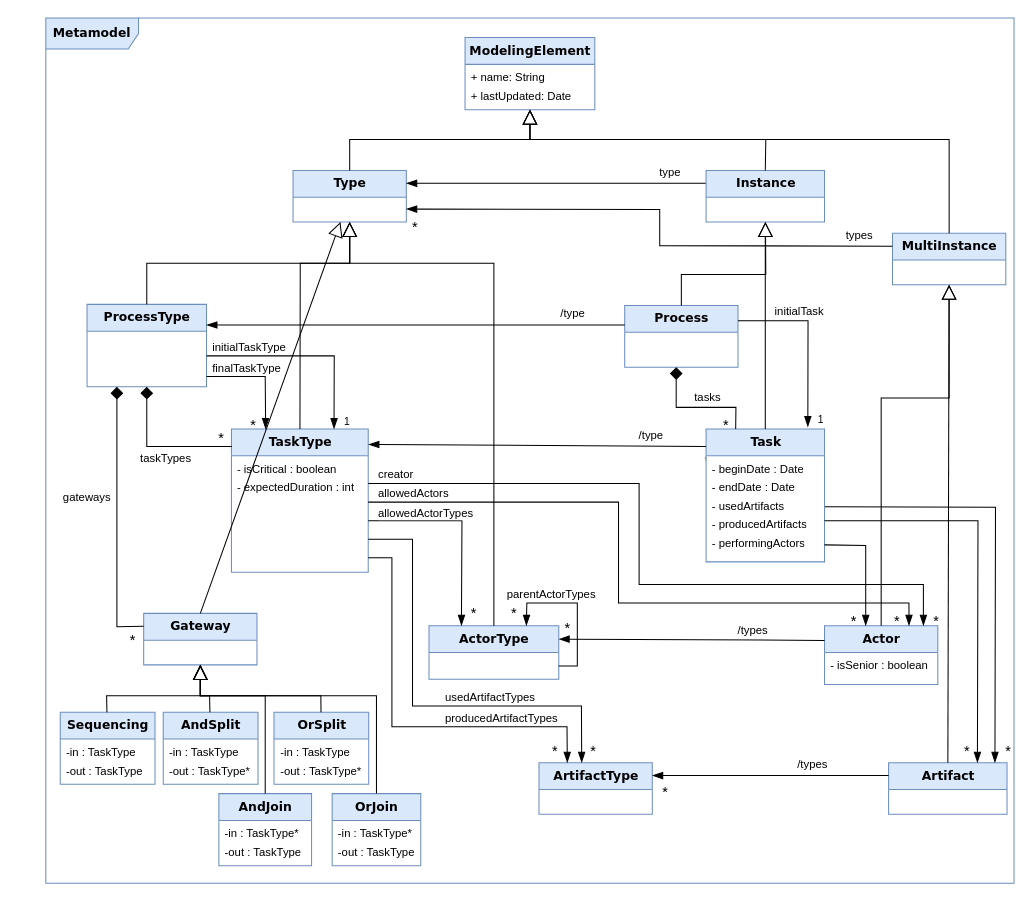
Earlier version of the draw.io diagram Figures/Metamodel.drawio (labsticc-p4s/multi-process-challenge). Source tidied: cells renumbered, new cells numbered last; positions are measured from the earlier drawing's top-left corner, leaving out a move shared by most shapes. Both pictures are drawn from the tidied source at 103%, with x=0, y=0 at pixel (45, 18).
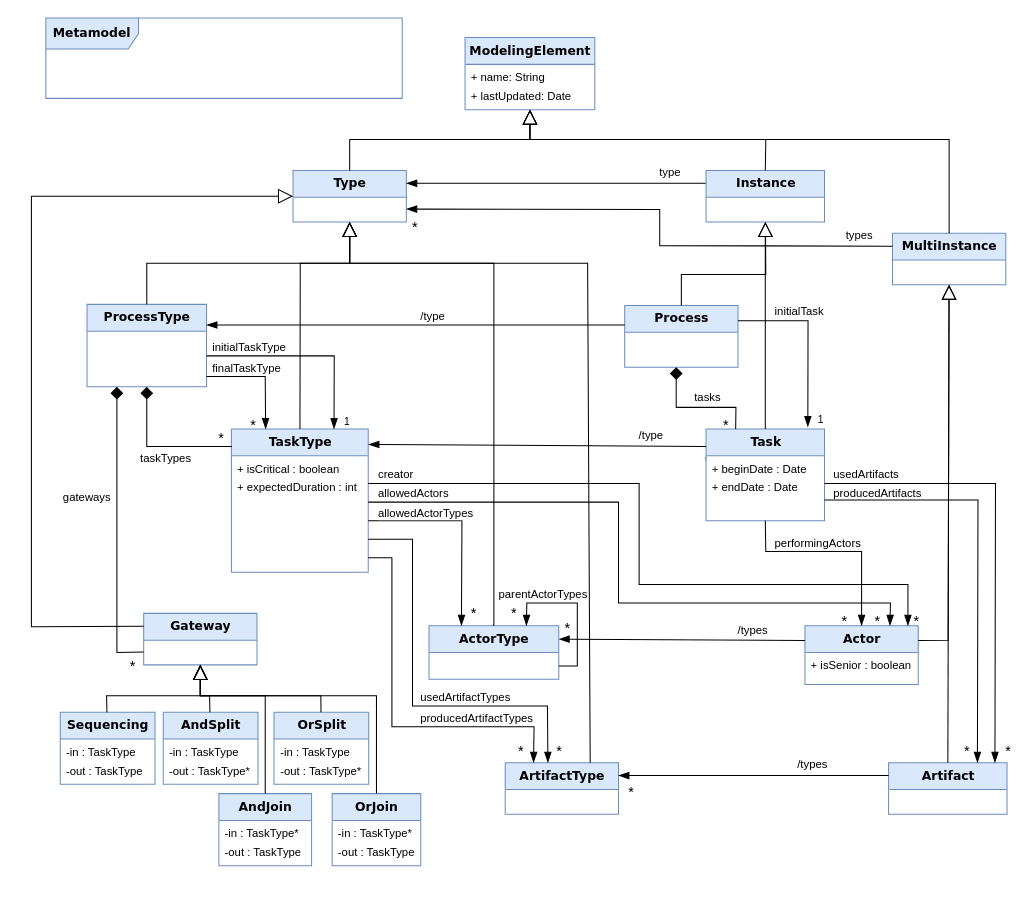
The same diagram, later.

Unchanged cells that the change refers to:
```xml
<mxCell id="15" value="&lt;font style=&quot;font-size: 12px&quot;&gt;&lt;b&gt;Type&lt;/b&gt;&lt;/font&gt;" style="swimlane;html=1;fontStyle=0;horizontal=1;startSize=26;fillColor=#dae8fc;swimlaneFillColor=#ffffff;rounded=0;shadow=0;comic=0;labelBackgroundColor=none;strokeWidth=1;fontFamily=Verdana;fontSize=10;align=center;strokeColor=#6c8ebf;" parent="1" vertex="1">
  <mxGeometry x="240" y="148" width="110" height="50" as="geometry" />
</mxCell>
<mxCell id="18" value="&lt;div style=&quot;font-size: 12px&quot;&gt;&lt;font style=&quot;font-size: 12px&quot;&gt;&lt;b&gt;MultiInstance&lt;/b&gt;&lt;/font&gt;&lt;/div&gt;" style="swimlane;html=1;fontStyle=0;horizontal=1;startSize=26;fillColor=#dae8fc;swimlaneFillColor=#ffffff;rounded=0;shadow=0;comic=0;labelBackgroundColor=none;strokeWidth=1;fontFamily=Verdana;fontSize=10;align=center;strokeColor=#6c8ebf;" parent="1" vertex="1">
  <mxGeometry x="822" y="209" width="110" height="50" as="geometry" />
</mxCell>
<mxCell id="25" value="&lt;font style=&quot;font-size: 12px&quot;&gt;&lt;b&gt;ProcessType&lt;/b&gt;&lt;/font&gt;" style="swimlane;html=1;fontStyle=0;horizontal=1;startSize=26;fillColor=#dae8fc;swimlaneFillColor=#ffffff;rounded=0;shadow=0;comic=0;labelBackgroundColor=none;strokeWidth=1;fontFamily=Verdana;fontSize=10;align=center;strokeColor=#6c8ebf;" parent="1" vertex="1">
  <mxGeometry x="40" y="278" width="116" height="80" as="geometry" />
</mxCell>
<mxCell id="27" value="&lt;font style=&quot;font-size: 12px&quot;&gt;&lt;b&gt;TaskType&lt;/b&gt;&lt;/font&gt;" style="swimlane;html=1;fontStyle=0;horizontal=1;startSize=26;fillColor=#dae8fc;swimlaneFillColor=#ffffff;rounded=0;shadow=0;comic=0;labelBackgroundColor=none;strokeWidth=1;fontFamily=Verdana;fontSize=10;align=center;strokeColor=#6c8ebf;" parent="1" vertex="1">
  <mxGeometry x="180.2" y="399" width="132.8" height="139" as="geometry" />
</mxCell>
<mxCell id="31" value="&lt;font style=&quot;font-size: 12px&quot;&gt;&lt;b&gt;Gateway&lt;/b&gt;&lt;/font&gt;" style="swimlane;html=1;fontStyle=0;horizontal=1;startSize=26;fillColor=#dae8fc;swimlaneFillColor=#ffffff;rounded=0;shadow=0;comic=0;labelBackgroundColor=none;strokeWidth=1;fontFamily=Verdana;fontSize=10;align=center;strokeColor=#6c8ebf;" parent="1" vertex="1">
  <mxGeometry x="95" y="578" width="110" height="50" as="geometry" />
</mxCell>
<mxCell id="57" value="&lt;font style=&quot;font-size: 12px&quot;&gt;&lt;b&gt;Artifact&lt;/b&gt;&lt;/font&gt;" style="swimlane;html=1;fontStyle=0;horizontal=1;startSize=26;fillColor=#dae8fc;swimlaneFillColor=#ffffff;rounded=0;shadow=0;comic=0;labelBackgroundColor=none;strokeWidth=1;fontFamily=Verdana;fontSize=10;align=center;strokeColor=#6c8ebf;" parent="1" vertex="1">
  <mxGeometry x="818.2" y="723" width="115" height="50" as="geometry" />
</mxCell>
```

Diff of the diagram source:
```diff
@@
     <mxCell id="2" value="&lt;b&gt;&lt;font style=&quot;font-size: 12px&quot;&gt;Metamodel&lt;/font&gt;&lt;/b&gt;" style="shape=umlFrame;whiteSpace=wrap;html=1;rounded=0;shadow=0;comic=0;labelBackgroundColor=none;strokeWidth=1;fontFamily=Verdana;fontSize=10;align=center;width=90;height=30;fillColor=#dae8fc;strokeColor=#6c8ebf;" parent="1" vertex="1">
-      <mxGeometry width="940" height="840" as="geometry" />
+      <mxGeometry width="346" height="78" as="geometry" />
     </mxCell>
     <mxCell id="3" value="&lt;font style=&quot;font-size: 14px&quot;&gt;*&lt;/font&gt;" style="edgeLabel;html=1;align=left;verticalAlign=bottom;" parent="1" vertex="1">
-      <mxGeometry x="776" y="611" as="geometry">
+      <mxGeometry x="767" y="611" as="geometry">
         <mxPoint x="4" y="-15" as="offset" />
       </mxGeometry>
     </mxCell>
     <mxCell id="4" value="&lt;font style=&quot;font-size: 14px&quot;&gt;*&lt;/font&gt;" style="edgeLabel;html=1;align=left;verticalAlign=bottom;" parent="1" vertex="1">
-      <mxGeometry x="818.2" y="611" as="geometry">
+      <mxGeometry x="799.2" y="611" as="geometry">
         <mxPoint x="4" y="-15" as="offset" />
       </mxGeometry>
     </mxCell>
     <mxCell id="5" value="&lt;font style=&quot;font-size: 14px&quot;&gt;*&lt;/font&gt;" style="edgeLabel;html=1;align=left;verticalAlign=bottom;" parent="1" vertex="1">
-      <mxGeometry x="856" y="611" as="geometry">
+      <mxGeometry x="837" y="611" as="geometry">
         <mxPoint x="4" y="-15" as="offset" />
       </mxGeometry>
     </mxCell>
@@
-    <mxCell id="28" value="- isCritical : boolean" style="text;html=1;strokeColor=none;fillColor=none;align=left;verticalAlign=top;spacingLeft=4;spacingRight=4;whiteSpace=wrap;overflow=hidden;fontSize=11;" parent="27" vertex="1">
+    <mxCell id="28" value="+ isCritical : boolean" style="text;html=1;strokeColor=none;fillColor=none;align=left;verticalAlign=top;spacingLeft=4;spacingRight=4;whiteSpace=wrap;overflow=hidden;fontSize=11;" parent="27" vertex="1">
       <mxGeometry y="26" width="132.8" height="18" as="geometry" />
     </mxCell>
-    <mxCell id="29" value="- expectedDuration : int" style="text;html=1;strokeColor=none;fillColor=none;align=left;verticalAlign=top;spacingLeft=4;spacingRight=4;whiteSpace=wrap;overflow=hidden;fontSize=11;" parent="27" vertex="1">
+    <mxCell id="29" value="+ expectedDuration : int" style="text;html=1;strokeColor=none;fillColor=none;align=left;verticalAlign=top;spacingLeft=4;spacingRight=4;whiteSpace=wrap;overflow=hidden;fontSize=11;" parent="27" vertex="1">
       <mxGeometry y="44" width="132.8" height="18" as="geometry" />
     </mxCell>
@@
-    <mxCell id="32" style="endArrow=block;endSize=12;endFill=0;html=1;rounded=0;exitX=0.5;exitY=0;exitDx=0;exitDy=0;" parent="1" edge="1" source="31" target="15">
-      <mxGeometry relative="1" as="geometry" />
+    <mxCell id="32" style="endArrow=block;endSize=12;endFill=0;html=1;rounded=0;exitX=0;exitY=0.25;exitDx=0;exitDy=0;" parent="1" edge="1" source="31" target="15">
+      <mxGeometry relative="1" as="geometry">
+        <Array as="points">
+          <mxPoint x="-14" y="591" />
+          <mxPoint x="-14" y="173" />
+        </Array>
+      </mxGeometry>
     </mxCell>
+    <mxCell id="34" value="&lt;font style=&quot;font-size: 12px&quot;&gt;&lt;b&gt;ActorType&lt;/b&gt;&lt;/font&gt;" style="swimlane;html=1;fontStyle=0;horizontal=1;startSize=26;fillColor=#dae8fc;swimlaneFillColor=#ffffff;rounded=0;shadow=0;comic=0;labelBackgroundColor=none;strokeWidth=1;fontFamily=Verdana;fontSize=10;align=center;strokeColor=#6c8ebf;" parent="1" vertex="1">
+      <mxGeometry x="372" y="590" width="126" height="52" as="geometry" />
+    </mxCell>
-    <mxCell id="33" style="edgeStyle=none;rounded=0;jettySize=auto;html=1;endArrow=none;endFill=0;endSize=10;startArrow=diamond;startFill=1;startSize=10;entryX=0;entryY=0.25;entryDx=0;entryDy=0;exitX=0.25;exitY=1;exitDx=0;exitDy=0;" parent="1" edge="1" source="25" target="31">
+    <mxCell id="33" style="edgeStyle=none;rounded=0;jettySize=auto;html=1;endArrow=none;endFill=0;endSize=10;startArrow=diamond;startFill=1;startSize=10;exitX=0.25;exitY=1;exitDx=0;exitDy=0;entryX=0;entryY=0.75;entryDx=0;entryDy=0;" parent="1" edge="1" source="25" target="31">
       <mxGeometry relative="1" as="geometry">
         <Array as="points">
-          <mxPoint x="69" y="591" />
+          <mxPoint x="69" y="616" />
         </Array>
       </mxGeometry>
     </mxCell>
-    <mxCell id="34" value="&lt;font style=&quot;font-size: 12px&quot;&gt;&lt;b&gt;ActorType&lt;/b&gt;&lt;/font&gt;" style="swimlane;html=1;fontStyle=0;horizontal=1;startSize=26;fillColor=#dae8fc;swimlaneFillColor=#ffffff;rounded=0;shadow=0;comic=0;labelBackgroundColor=none;strokeWidth=1;fontFamily=Verdana;fontSize=10;align=center;strokeColor=#6c8ebf;" parent="1" vertex="1">
-      <mxGeometry x="372" y="590" width="126" height="52" as="geometry" />
-    </mxCell>
     <mxCell id="35" value="&lt;div style=&quot;font-size: 12px&quot;&gt;&lt;font style=&quot;font-size: 12px&quot;&gt;&lt;b&gt;ArtifactType&lt;/b&gt;&lt;/font&gt;&lt;/div&gt;" style="swimlane;html=1;fontStyle=0;horizontal=1;startSize=26;fillColor=#dae8fc;swimlaneFillColor=#ffffff;rounded=0;shadow=0;comic=0;labelBackgroundColor=none;strokeWidth=1;fontFamily=Verdana;fontSize=10;align=center;strokeColor=#6c8ebf;" parent="1" vertex="1">
-      <mxGeometry x="478.8" y="723" width="110" height="50" as="geometry" />
+      <mxGeometry x="446" y="723" width="110" height="50" as="geometry" />
     </mxCell>
@@
+    <mxCell id="38" value="&lt;font style=&quot;font-size: 14px&quot;&gt;*&lt;/font&gt;" style="edgeLabel;html=1;align=left;verticalAlign=bottom;" parent="1" vertex="1">
+      <mxGeometry x="56" y="635" as="geometry">
+        <mxPoint x="24" y="4" as="offset" />
+      </mxGeometry>
+    </mxCell>
@@
-    <mxCell id="38" value="&lt;font style=&quot;font-size: 14px&quot;&gt;*&lt;/font&gt;" style="edgeLabel;html=1;align=left;verticalAlign=bottom;" parent="1" vertex="1">
-      <mxGeometry x="76" y="629" as="geometry">
-        <mxPoint x="4" y="-15" as="offset" />
-      </mxGeometry>
-    </mxCell>
@@
     <mxCell id="42" value="/type" style="edgeLabel;html=1;align=left;verticalAlign=bottom;" parent="1" vertex="1">
-      <mxGeometry x="498" y="295" as="geometry" />
+      <mxGeometry x="362" y="298" as="geometry" />
     </mxCell>
     <mxCell id="43" value="&lt;font style=&quot;font-size: 12px&quot;&gt;&lt;b&gt;Task&lt;/b&gt;&lt;/font&gt;" style="swimlane;html=1;fontStyle=0;horizontal=1;startSize=26;fillColor=#dae8fc;swimlaneFillColor=#ffffff;rounded=0;shadow=0;comic=0;labelBackgroundColor=none;strokeWidth=1;fontFamily=Verdana;fontSize=10;align=center;strokeColor=#6c8ebf;" parent="1" vertex="1">
-      <mxGeometry x="641" y="399" width="115" height="129" as="geometry" />
+      <mxGeometry x="641" y="399" width="115" height="89" as="geometry" />
     </mxCell>
-    <mxCell id="44" value="- beginDate : Date" style="text;html=1;strokeColor=none;fillColor=none;align=left;verticalAlign=top;spacingLeft=4;spacingRight=4;whiteSpace=wrap;overflow=hidden;fontSize=11;" parent="43" vertex="1">
+    <mxCell id="44" value="+ beginDate : Date" style="text;html=1;strokeColor=none;fillColor=none;align=left;verticalAlign=top;spacingLeft=4;spacingRight=4;whiteSpace=wrap;overflow=hidden;fontSize=11;" parent="43" vertex="1">
       <mxGeometry y="26" width="115" height="18" as="geometry" />
     </mxCell>
-    <mxCell id="45" value="- endDate : Date" style="text;html=1;strokeColor=none;fillColor=none;align=left;verticalAlign=top;spacingLeft=4;spacingRight=4;whiteSpace=wrap;overflow=hidden;points=[[0,0.5],[1,0.5]];portConstraint=eastwest;fontSize=11;" parent="43" vertex="1">
+    <mxCell id="45" value="+ endDate : Date" style="text;html=1;strokeColor=none;fillColor=none;align=left;verticalAlign=top;spacingLeft=4;spacingRight=4;whiteSpace=wrap;overflow=hidden;points=[[0,0.5],[1,0.5]];portConstraint=eastwest;fontSize=11;" parent="43" vertex="1">
       <mxGeometry y="44" width="115" height="18" as="geometry" />
     </mxCell>
-    <mxCell id="46" value="- usedArtifacts" style="text;html=1;strokeColor=none;fillColor=none;align=left;verticalAlign=top;spacingLeft=4;spacingRight=4;whiteSpace=wrap;overflow=hidden;points=[[0,0.5],[1,0.5]];portConstraint=eastwest;fontSize=11;" parent="43" vertex="1">
-      <mxGeometry y="62" width="115" height="18" as="geometry" />
-    </mxCell>
-    <mxCell id="47" value="- producedArtifacts" style="text;html=1;strokeColor=none;fillColor=none;align=left;verticalAlign=top;spacingLeft=4;spacingRight=4;whiteSpace=wrap;overflow=hidden;points=[[0,0.5],[1,0.5]];portConstraint=eastwest;fontSize=11;" parent="43" vertex="1">
-      <mxGeometry y="80" width="115" height="18" as="geometry" />
-    </mxCell>
-    <mxCell id="48" value="- performingActors" style="text;html=1;strokeColor=none;fillColor=none;align=left;verticalAlign=top;spacingLeft=4;spacingRight=4;whiteSpace=wrap;overflow=hidden;points=[[0,0.5],[1,0.5]];portConstraint=eastwest;fontSize=11;" parent="43" vertex="1">
-      <mxGeometry y="98" width="115" height="18" as="geometry" />
-    </mxCell>
@@
     <mxCell id="53" value="&lt;font style=&quot;font-size: 12px&quot;&gt;&lt;b&gt;Actor&lt;/b&gt;&lt;/font&gt;" style="swimlane;html=1;fontStyle=0;horizontal=1;startSize=26;fillColor=#dae8fc;swimlaneFillColor=#ffffff;rounded=0;shadow=0;comic=0;labelBackgroundColor=none;strokeWidth=1;fontFamily=Verdana;fontSize=10;align=center;strokeColor=#6c8ebf;" parent="1" vertex="1">
-      <mxGeometry x="756" y="590" width="110" height="57" as="geometry" />
+      <mxGeometry x="737" y="590" width="110" height="57" as="geometry" />
     </mxCell>
-    <mxCell id="54" value="- isSenior : boolean" style="text;html=1;strokeColor=none;fillColor=none;align=left;verticalAlign=top;spacingLeft=4;spacingRight=4;whiteSpace=wrap;overflow=hidden;fontSize=11;" parent="53" vertex="1">
+    <mxCell id="54" value="+ isSenior : boolean" style="text;html=1;strokeColor=none;fillColor=none;align=left;verticalAlign=top;spacingLeft=4;spacingRight=4;whiteSpace=wrap;overflow=hidden;fontSize=11;" parent="53" vertex="1">
       <mxGeometry y="26" width="110" height="18" as="geometry" />
     </mxCell>
@@
-    <mxCell id="62" style="endArrow=block;endSize=12;endFill=0;html=1;rounded=0;exitX=0.5;exitY=0;exitDx=0;exitDy=0;" parent="1" edge="1" source="53" target="18">
+    <mxCell id="62" style="endArrow=block;endSize=12;endFill=0;html=1;rounded=0;exitX=1;exitY=0.25;exitDx=0;exitDy=0;" parent="1" edge="1" source="53" target="18">
       <mxGeometry relative="1" as="geometry">
         <Array as="points">
-          <mxPoint x="811" y="369" />
-          <mxPoint x="877" y="369" />
+          <mxPoint x="876" y="604" />
         </Array>
       </mxGeometry>
     </mxCell>
@@
-    <mxCell id="84" style="edgeStyle=none;rounded=0;orthogonalLoop=1;jettySize=auto;html=1;exitX=1;exitY=0.5;exitDx=0;exitDy=0;endArrow=blockThin;endFill=1;endSize=8;" parent="1" edge="1">
+    <mxCell id="84" style="edgeStyle=none;rounded=0;jettySize=auto;html=1;exitX=1;exitY=0.5;exitDx=0;exitDy=0;endArrow=blockThin;endFill=1;endSize=8;entryX=0.909;entryY=0;entryDx=0;entryDy=0;entryPerimeter=0;" parent="1" edge="1" target="53">
       <mxGeometry relative="1" as="geometry">
         <mxPoint x="313" y="452" as="sourcePoint" />
-        <mxPoint x="852" y="590" as="targetPoint" />
         <Array as="points">
           <mxPoint x="576" y="452" />
           <mxPoint x="576" y="550" />
-          <mxPoint x="852" y="550" />
+          <mxPoint x="837" y="550" />
         </Array>
       </mxGeometry>
     </mxCell>
@@
-    <mxCell id="89" style="edgeStyle=none;rounded=0;orthogonalLoop=1;jettySize=auto;html=1;endArrow=blockThin;endFill=1;endSize=8;" parent="1" edge="1">
+    <mxCell id="89" style="edgeStyle=none;rounded=0;jettySize=auto;html=1;endArrow=blockThin;endFill=1;endSize=8;entryX=0.75;entryY=0;entryDx=0;entryDy=0;" parent="1" edge="1" target="53">
       <mxGeometry relative="1" as="geometry">
         <mxPoint x="313" y="470" as="sourcePoint" />
-        <mxPoint x="838" y="590" as="targetPoint" />
         <Array as="points">
           <mxPoint x="556" y="470" />
           <mxPoint x="556" y="568" />
-          <mxPoint x="838" y="568" />
+          <mxPoint x="820" y="568" />
         </Array>
       </mxGeometry>
     </mxCell>
     <mxCell id="90" style="edgeStyle=none;rounded=0;jettySize=auto;html=1;endArrow=blockThin;endFill=1;endSize=8;entryX=0.25;entryY=0;entryDx=0;entryDy=0;" parent="1" edge="1" target="35">
       <mxGeometry relative="1" as="geometry">
         <mxPoint x="313" y="524" as="sourcePoint" />
         <Array as="points">
           <mxPoint x="336" y="524" />
           <mxPoint x="336" y="688" />
-          <mxPoint x="506" y="688" />
+          <mxPoint x="474" y="688" />
         </Array>
       </mxGeometry>
     </mxCell>
     <mxCell id="91" style="edgeStyle=none;rounded=0;jettySize=auto;html=1;endArrow=blockThin;endFill=1;endSize=8;entryX=0.377;entryY=0;entryDx=0;entryDy=0;entryPerimeter=0;" parent="1" edge="1" target="35">
       <mxGeometry relative="1" as="geometry">
         <mxPoint x="313" y="506" as="sourcePoint" />
         <Array as="points">
           <mxPoint x="356" y="506" />
           <mxPoint x="356" y="668" />
-          <mxPoint x="520" y="668" />
+          <mxPoint x="487" y="668" />
         </Array>
       </mxGeometry>
     </mxCell>
-    <mxCell id="92" style="edgeStyle=none;rounded=0;jettySize=auto;html=1;endArrow=blockThin;endFill=1;endSize=8;exitX=1;exitY=0.806;exitDx=0;exitDy=0;exitPerimeter=0;" parent="1" edge="1" source="48">
+    <mxCell id="92" style="edgeStyle=none;rounded=0;jettySize=auto;html=1;endArrow=blockThin;endFill=1;endSize=8;exitX=0.5;exitY=1;exitDx=0;exitDy=0;entryX=0.5;entryY=0;entryDx=0;entryDy=0;" parent="1" edge="1" source="43" target="53">
       <mxGeometry relative="1" as="geometry">
-        <mxPoint x="796" y="590" as="targetPoint" />
         <Array as="points">
-          <mxPoint x="796" y="512" />
+          <mxPoint x="699" y="518" />
+          <mxPoint x="792" y="518" />
         </Array>
       </mxGeometry>
     </mxCell>
-    <mxCell id="93" style="edgeStyle=none;rounded=0;jettySize=auto;html=1;endArrow=blockThin;endFill=1;endSize=8;entryX=0.898;entryY=0;entryDx=0;entryDy=0;entryPerimeter=0;exitX=1.004;exitY=0.75;exitDx=0;exitDy=0;exitPerimeter=0;" parent="1" edge="1" source="46" target="57">
+    <mxCell id="93" style="edgeStyle=none;rounded=0;jettySize=auto;html=1;endArrow=blockThin;endFill=1;endSize=8;entryX=0.898;entryY=0;entryDx=0;entryDy=0;entryPerimeter=0;exitX=1;exitY=0.5;exitDx=0;exitDy=0;" parent="1" edge="1" source="45" target="57">
       <mxGeometry relative="1" as="geometry">
         <Array as="points">
-          <mxPoint x="922" y="475" />
+          <mxPoint x="922" y="452" />
         </Array>
       </mxGeometry>
     </mxCell>
-    <mxCell id="94" style="edgeStyle=none;rounded=0;jettySize=auto;html=1;endArrow=blockThin;endFill=1;endSize=8;entryX=0.75;entryY=0;entryDx=0;entryDy=0;exitX=1;exitY=0.5;exitDx=0;exitDy=0;" parent="1" edge="1" source="47" target="57">
-      <mxGeometry relative="1" as="geometry">
-        <Array as="points">
-          <mxPoint x="905" y="488" />
-        </Array>
-      </mxGeometry>
-    </mxCell>
@@
     <mxCell id="99" value="&lt;font style=&quot;font-size: 14px&quot;&gt;*&lt;/font&gt;" style="edgeLabel;html=1;align=left;verticalAlign=bottom;" parent="1" vertex="1">
-      <mxGeometry x="593" y="777" as="geometry">
+      <mxGeometry x="560.2" y="777" as="geometry">
         <mxPoint x="4" y="-15" as="offset" />
       </mxGeometry>
     </mxCell>
     <mxCell id="100" value="&lt;font style=&quot;font-size: 14px&quot;&gt;*&lt;/font&gt;" style="edgeLabel;html=1;align=left;verticalAlign=bottom;" parent="1" vertex="1">
-      <mxGeometry x="523" y="737" as="geometry">
+      <mxGeometry x="490.2" y="737" as="geometry">
         <mxPoint x="4" y="-15" as="offset" />
       </mxGeometry>
     </mxCell>
     <mxCell id="101" value="&lt;font style=&quot;font-size: 14px&quot;&gt;*&lt;/font&gt;" style="edgeLabel;html=1;align=left;verticalAlign=bottom;" parent="1" vertex="1">
-      <mxGeometry x="486" y="737" as="geometry">
+      <mxGeometry x="453.2" y="737" as="geometry">
         <mxPoint x="4" y="-15" as="offset" />
       </mxGeometry>
     </mxCell>
@@
     <mxCell id="112" value="usedArtifactTypes" style="edgeLabel;html=1;align=left;verticalAlign=bottom;" parent="1" vertex="1">
-      <mxGeometry x="386" y="668" as="geometry" />
+      <mxGeometry x="362" y="668" as="geometry" />
     </mxCell>
     <mxCell id="113" value="producedArtifactTypes" style="edgeLabel;html=1;align=left;verticalAlign=bottom;" parent="1" vertex="1">
-      <mxGeometry x="386" y="688" as="geometry" />
+      <mxGeometry x="362" y="688" as="geometry" />
     </mxCell>
     <mxCell id="114" value="parentActorTypes" style="edgeLabel;html=1;align=left;verticalAlign=bottom;" parent="1" vertex="1">
-      <mxGeometry x="446" y="568" as="geometry" />
+      <mxGeometry x="438" y="568" as="geometry" />
     </mxCell>
+    <mxCell id="115" value="usedArtifacts" style="edgeLabel;html=1;align=left;verticalAlign=bottom;" parent="1" vertex="1">
+      <mxGeometry x="763" y="451" as="geometry" />
+    </mxCell>
+    <mxCell id="116" value="producedArtifacts" style="edgeLabel;html=1;align=left;verticalAlign=bottom;" parent="1" vertex="1">
+      <mxGeometry x="763" y="470" as="geometry" />
+    </mxCell>
+    <mxCell id="117" value="performingActors" style="edgeLabel;html=1;align=left;verticalAlign=bottom;" parent="1" vertex="1">
+      <mxGeometry x="706" y="518" as="geometry" />
+    </mxCell>
+    <mxCell id="94" style="edgeStyle=none;rounded=0;jettySize=auto;html=1;endArrow=blockThin;endFill=1;endSize=8;entryX=0.75;entryY=0;entryDx=0;entryDy=0;" parent="1" edge="1" target="57">
+      <mxGeometry relative="1" as="geometry">
+        <mxPoint x="756" y="468" as="sourcePoint" />
+        <Array as="points">
+          <mxPoint x="905" y="468" />
+        </Array>
+      </mxGeometry>
+    </mxCell>
+    <mxCell id="118" style="endArrow=block;endSize=12;endFill=0;html=1;rounded=0;exitX=0.75;exitY=0;exitDx=0;exitDy=0;entryX=0.5;entryY=1;entryDx=0;entryDy=0;" parent="1" edge="1" source="35" target="15">
+      <mxGeometry relative="1" as="geometry">
+        <Array as="points">
+          <mxPoint x="526" y="238" />
+          <mxPoint x="295" y="238" />
+        </Array>
+      </mxGeometry>
+    </mxCell>
```
